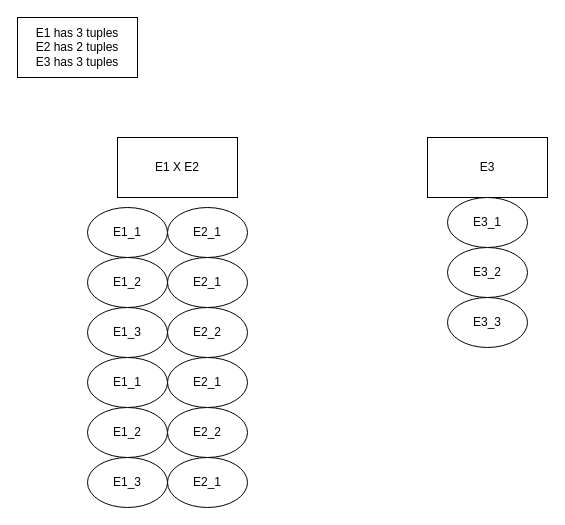
Earlier version of the draw.io diagram Temp.drawio (critschris/COMP353). Source tidied: cells renumbered, new cells numbered last; positions are measured from the earlier drawing's top-left corner, leaving out a move shared by most shapes. Both pictures are drawn from the tidied source at 100%, with x=0, y=0 at pixel (17, 17).
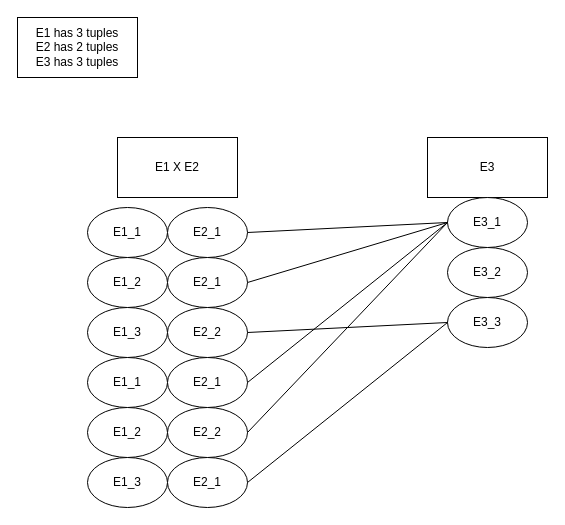
The same diagram, later.

Unchanged cells that the change refers to:
```xml
<mxCell id="10" value="E2_1" style="ellipse;whiteSpace=wrap;html=1;" parent="1" vertex="1">
  <mxGeometry x="150" y="190" width="80" height="50" as="geometry" />
</mxCell>
<mxCell id="11" value="E2_1" style="ellipse;whiteSpace=wrap;html=1;" parent="1" vertex="1">
  <mxGeometry x="150" y="240" width="80" height="50" as="geometry" />
</mxCell>
<mxCell id="12" value="E2_2" style="ellipse;whiteSpace=wrap;html=1;" parent="1" vertex="1">
  <mxGeometry x="150" y="290" width="80" height="50" as="geometry" />
</mxCell>
<mxCell id="13" value="E2_1" style="ellipse;whiteSpace=wrap;html=1;" parent="1" vertex="1">
  <mxGeometry x="150" y="340" width="80" height="50" as="geometry" />
</mxCell>
<mxCell id="14" value="E2_2" style="ellipse;whiteSpace=wrap;html=1;" parent="1" vertex="1">
  <mxGeometry x="150" y="390" width="80" height="50" as="geometry" />
</mxCell>
<mxCell id="15" value="E2_1" style="ellipse;whiteSpace=wrap;html=1;" parent="1" vertex="1">
  <mxGeometry x="150" y="440" width="80" height="50" as="geometry" />
</mxCell>
<mxCell id="17" value="E3_1" style="ellipse;whiteSpace=wrap;html=1;" parent="1" vertex="1">
  <mxGeometry x="430" y="180" width="80" height="50" as="geometry" />
</mxCell>
<mxCell id="19" value="E3_3" style="ellipse;whiteSpace=wrap;html=1;" parent="1" vertex="1">
  <mxGeometry x="430" y="280" width="80" height="50" as="geometry" />
</mxCell>
```

The edit, as a diff of the source:
```diff
@@
+    <mxCell id="20" style="endArrow=none;html=1;rounded=0;exitX=1;exitY=0.5;exitDx=0;exitDy=0;entryX=0;entryY=0.5;entryDx=0;entryDy=0;" parent="1" edge="1" source="10" target="17">
+      <mxGeometry relative="1" as="geometry" />
+    </mxCell>
+    <mxCell id="21" style="endArrow=none;html=1;rounded=0;exitX=1;exitY=0.5;exitDx=0;exitDy=0;entryX=0;entryY=0.5;entryDx=0;entryDy=0;" parent="1" edge="1" source="11" target="17">
+      <mxGeometry relative="1" as="geometry" />
+    </mxCell>
+    <mxCell id="22" style="endArrow=none;html=1;rounded=0;exitX=1;exitY=0.5;exitDx=0;exitDy=0;entryX=0;entryY=0.5;entryDx=0;entryDy=0;" parent="1" edge="1" source="12" target="19">
+      <mxGeometry relative="1" as="geometry" />
+    </mxCell>
+    <mxCell id="23" style="endArrow=none;html=1;rounded=0;exitX=1;exitY=0.5;exitDx=0;exitDy=0;entryX=0;entryY=0.5;entryDx=0;entryDy=0;" parent="1" edge="1" source="13" target="17">
+      <mxGeometry relative="1" as="geometry" />
+    </mxCell>
+    <mxCell id="24" style="endArrow=none;html=1;rounded=0;exitX=1;exitY=0.5;exitDx=0;exitDy=0;entryX=0;entryY=0.5;entryDx=0;entryDy=0;" parent="1" edge="1" source="14" target="17">
+      <mxGeometry relative="1" as="geometry" />
+    </mxCell>
+    <mxCell id="25" style="endArrow=none;html=1;rounded=0;exitX=1;exitY=0.5;exitDx=0;exitDy=0;entryX=0;entryY=0.5;entryDx=0;entryDy=0;" parent="1" edge="1" source="15" target="19">
+      <mxGeometry relative="1" as="geometry" />
+    </mxCell>
```
